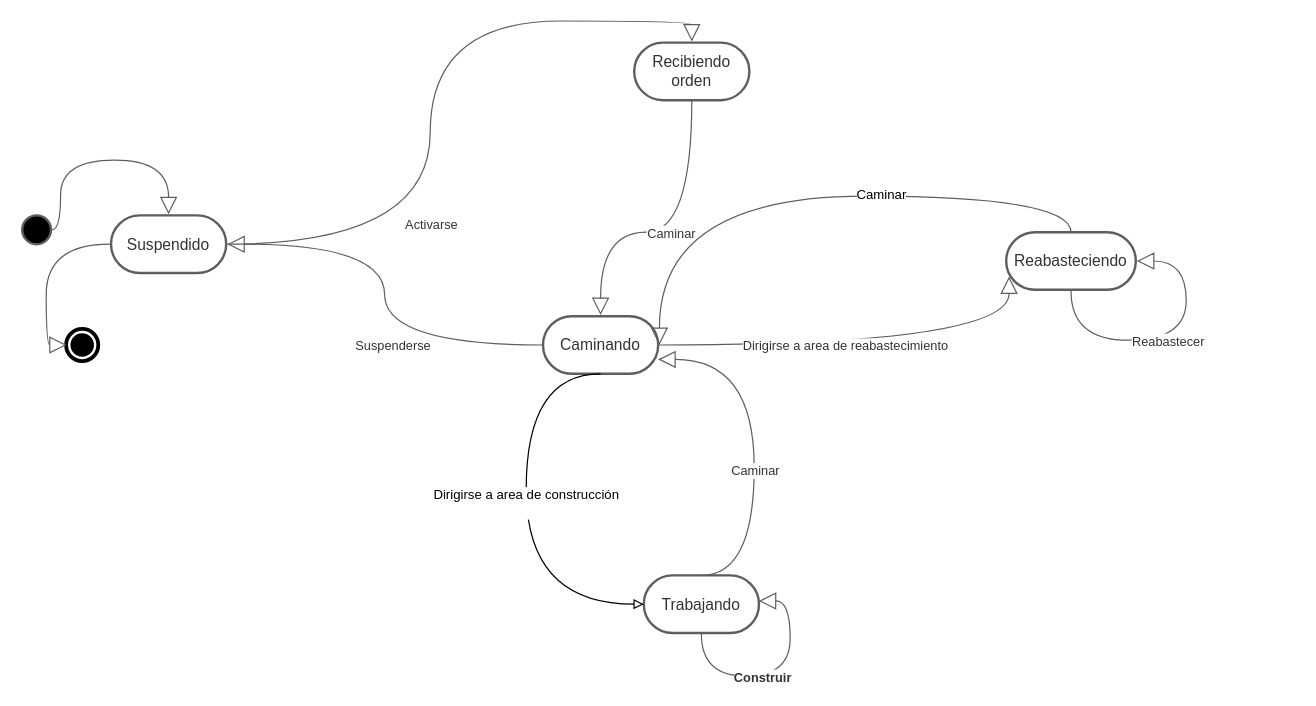
Earlier version of the draw.io diagram EstadosPractica2.drawio (Rogarpa/Practica2-Modelado-y-Programacion--). Source tidied: cells renumbered, new cells numbered last; positions are measured from the earlier drawing's top-left corner, leaving out a move shared by most shapes. Both pictures are drawn from the tidied source at 120%, with x=0, y=0 at pixel (22, 42).
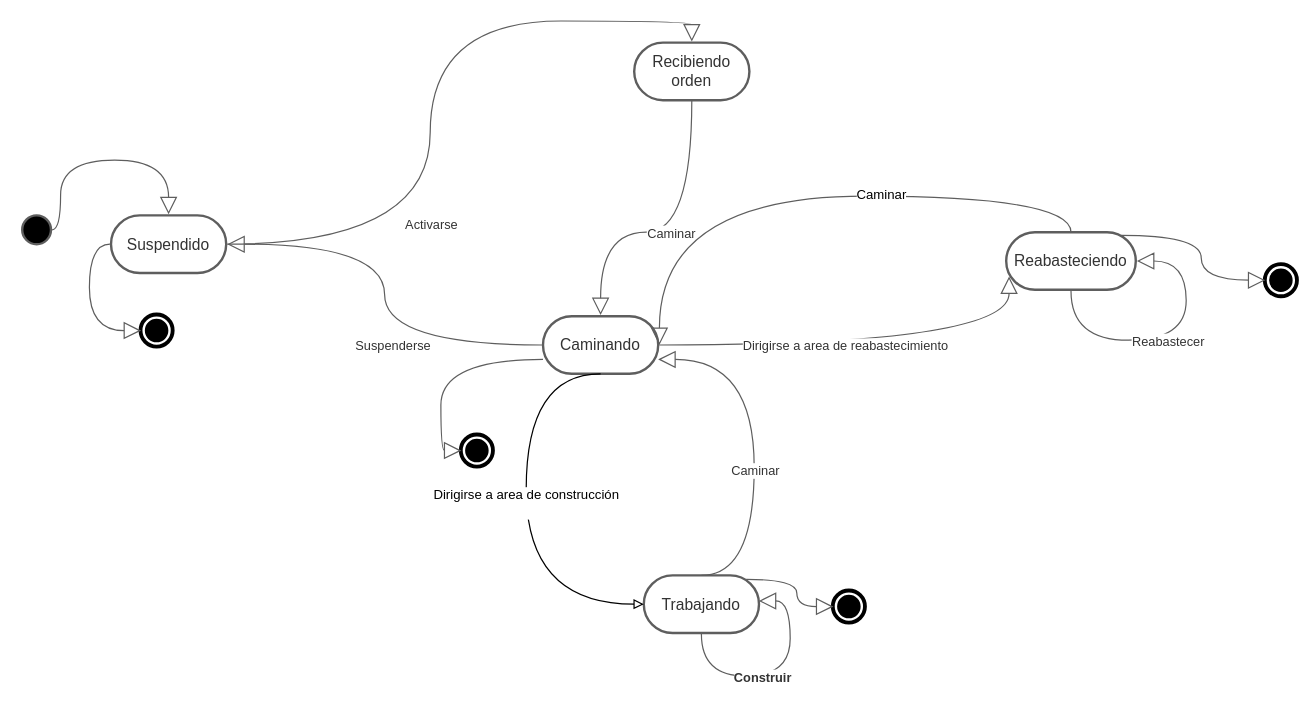
The same diagram, later.

The change refers to these unchanged cells:
```xml
<mxCell id="8" value="Caminando" style="html=1;whiteSpace=wrap;rounded=1;arcSize=50;whiteSpace=wrap;fontSize=13;fontColor=#333333;spacing=3;strokeColor=#5e5e5e;strokeOpacity=100;strokeWidth=2;" parent="1" vertex="1">
  <mxGeometry x="434" y="228" width="96" height="48" as="geometry" />
</mxCell>
<mxCell id="9" value="Reabasteciendo" style="html=1;whiteSpace=wrap;rounded=1;arcSize=50;whiteSpace=wrap;fontSize=13;fontColor=#333333;spacing=3;strokeColor=#5e5e5e;strokeOpacity=100;strokeWidth=2;" parent="1" vertex="1">
  <mxGeometry x="820" y="158" width="108" height="48" as="geometry" />
</mxCell>
<mxCell id="10" value="Trabajando" style="html=1;whiteSpace=wrap;rounded=1;arcSize=50;whiteSpace=wrap;fontSize=13;fontColor=#333333;spacing=3;strokeColor=#5e5e5e;strokeOpacity=100;strokeWidth=2;" parent="1" vertex="1">
  <mxGeometry x="518" y="444" width="96" height="48" as="geometry" />
</mxCell>
```

Change to the diagram source:
```diff
@@
     <mxCell id="4" style="html=1;whiteSpace=wrap;shape=mxgraph.bpmn.shape;outline=end;symbol=terminate;strokeColor=#000000;fillColor=#ffffff;whiteSpace=wrap;fontSize=11;spacing=0;strokeOpacity=100;rounded=1;absoluteArcSize=1;arcSize=7.199999999999999;strokeWidth=2;" parent="1" vertex="1">
-      <mxGeometry x="38" y="240" width="24" height="24" as="geometry" />
+      <mxGeometry x="100" y="228" width="24" height="24" as="geometry" />
     </mxCell>
@@
+    <mxCell id="31" style="html=1;whiteSpace=wrap;shape=mxgraph.bpmn.shape;outline=end;symbol=terminate;strokeColor=#000000;fillColor=#ffffff;whiteSpace=wrap;fontSize=11;spacing=0;strokeOpacity=100;rounded=1;absoluteArcSize=1;arcSize=7.199999999999999;strokeWidth=2;" parent="1" vertex="1">
+      <mxGeometry x="1036.9" y="186" width="24" height="24" as="geometry" />
+    </mxCell>
+    <mxCell id="32" style="html=1;jettySize=18;whiteSpace=wrap;fontSize=11;strokeColor=#5E5E5E;rounded=1;arcSize=12;edgeStyle=orthogonalEdgeStyle;curved=1;startArrow=none;endArrow=block;endFill=0;endSize=12;exitX=0.887;exitY=0.056;exitPerimeter=0;entryX=-0.03752338904335497;entryY=0.5;entryPerimeter=0;exitDx=0;exitDy=0;" parent="1" edge="1" source="9" target="31">
+      <mxGeometry relative="1" as="geometry" />
+    </mxCell>
+    <mxCell id="33" style="html=1;whiteSpace=wrap;shape=mxgraph.bpmn.shape;outline=end;symbol=terminate;strokeColor=#000000;fillColor=#ffffff;whiteSpace=wrap;fontSize=11;spacing=0;strokeOpacity=100;rounded=1;absoluteArcSize=1;arcSize=7.199999999999999;strokeWidth=2;" parent="1" vertex="1">
+      <mxGeometry x="366.9" y="328" width="24" height="24" as="geometry" />
+    </mxCell>
+    <mxCell id="34" style="html=1;jettySize=18;whiteSpace=wrap;fontSize=11;strokeColor=#5E5E5E;rounded=1;arcSize=12;edgeStyle=orthogonalEdgeStyle;curved=1;startArrow=none;endArrow=block;endFill=0;endSize=12;exitX=0;exitY=0.75;entryX=-0.03752338904335497;entryY=0.5;entryPerimeter=0;exitDx=0;exitDy=0;" parent="1" edge="1" source="8" target="33">
+      <mxGeometry relative="1" as="geometry" />
+    </mxCell>
+    <mxCell id="35" style="html=1;whiteSpace=wrap;shape=mxgraph.bpmn.shape;outline=end;symbol=terminate;strokeColor=#000000;fillColor=#ffffff;whiteSpace=wrap;fontSize=11;spacing=0;strokeOpacity=100;rounded=1;absoluteArcSize=1;arcSize=7.199999999999999;strokeWidth=2;" parent="1" vertex="1">
+      <mxGeometry x="676.9" y="458" width="24" height="24" as="geometry" />
+    </mxCell>
+    <mxCell id="36" style="html=1;jettySize=18;whiteSpace=wrap;fontSize=11;strokeColor=#5E5E5E;rounded=1;arcSize=12;edgeStyle=orthogonalEdgeStyle;curved=1;startArrow=none;endArrow=block;endFill=0;endSize=12;exitX=0.889;exitY=0.069;exitPerimeter=0;entryX=-0.03752338904335497;entryY=0.5;entryPerimeter=0;exitDx=0;exitDy=0;" parent="1" edge="1" source="10" target="35">
+      <mxGeometry relative="1" as="geometry" />
+    </mxCell>
```
